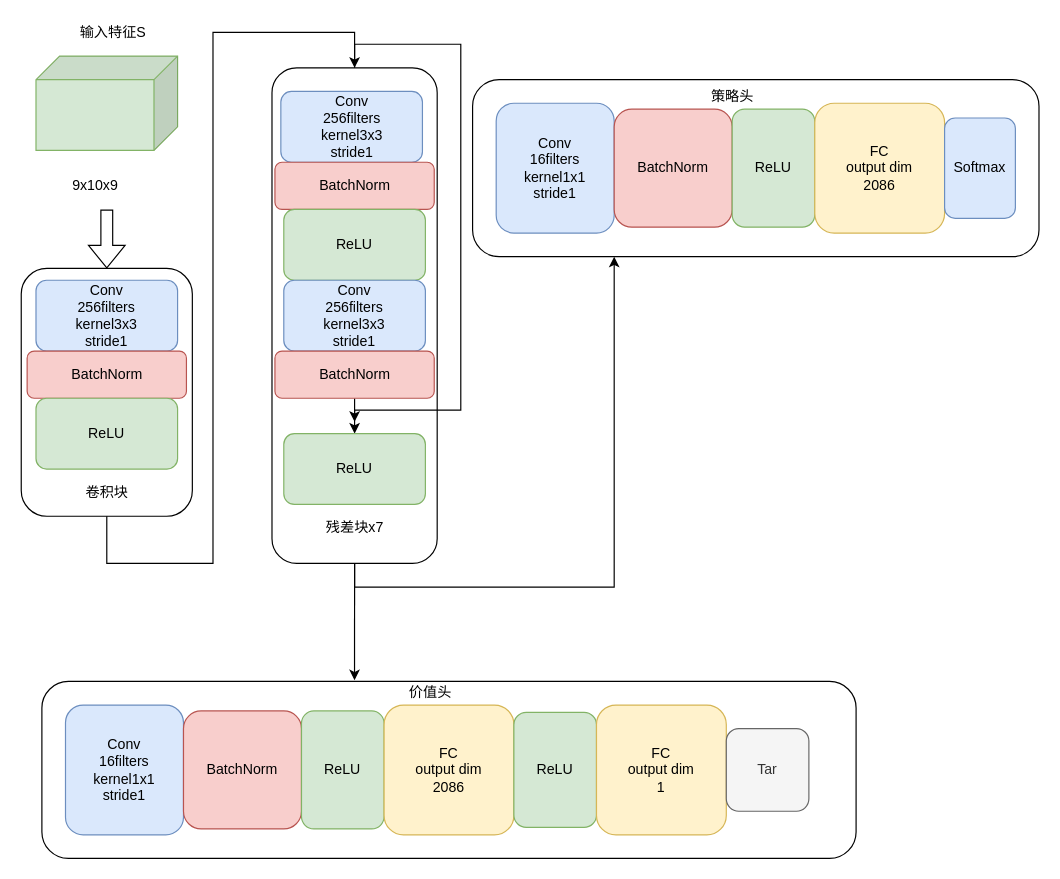
Above: structure.drawio in byx020119/alphazero-aichess (draw.io), before the change. Source tidied: cells renumbered, new cells numbered last; positions are measured from the earlier drawing's top-left corner, leaving out a move shared by most shapes. Both pictures are drawn from the tidied source at 118%, with x=0, y=0 at pixel (21, 20).
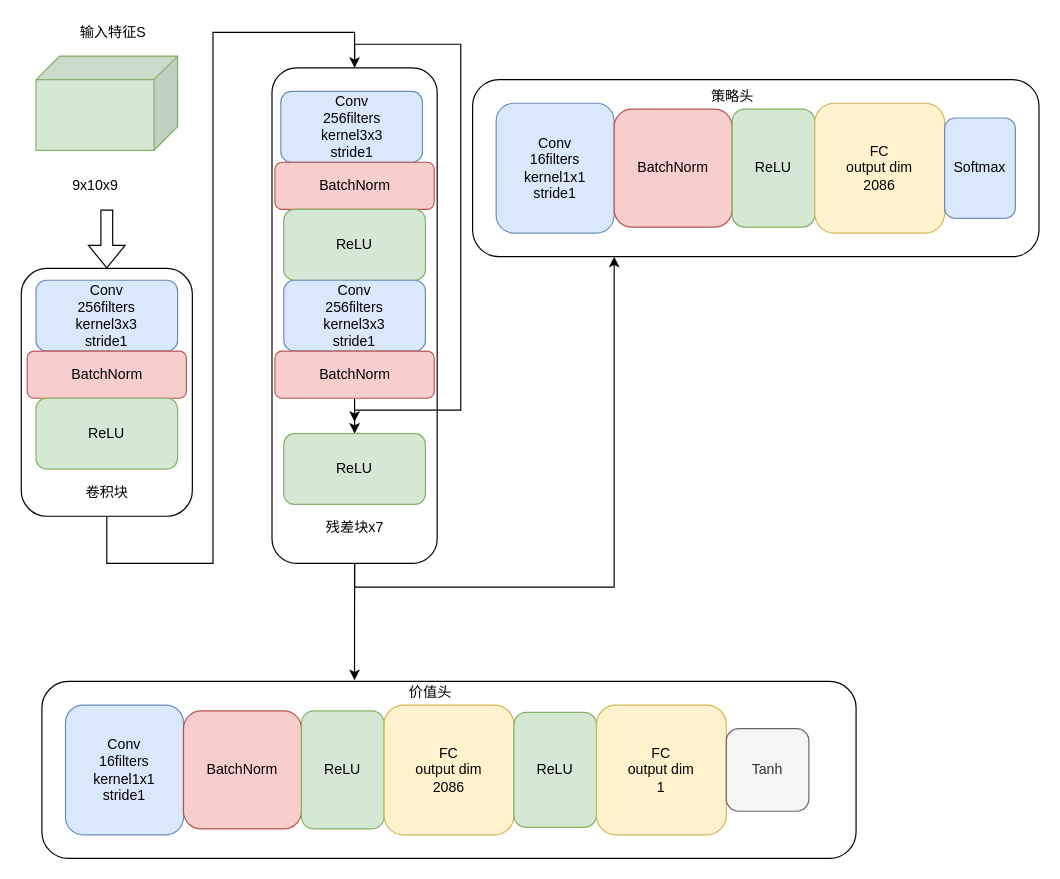
The same page after the edit.

Change to the diagram source:
```diff
@@
-    <mxCell id="35" value="Tar" style="rounded=1;whiteSpace=wrap;html=1;labelBackgroundColor=none;fillColor=#f5f5f5;fontColor=#333333;strokeColor=#666666;" parent="1" vertex="1">
+    <mxCell id="35" value="Tanh" style="rounded=1;whiteSpace=wrap;html=1;labelBackgroundColor=none;fillColor=#f5f5f5;fontColor=#333333;strokeColor=#666666;" parent="1" vertex="1">
       <mxGeometry x="597" y="600" width="70" height="70" as="geometry" />
     </mxCell>
```
